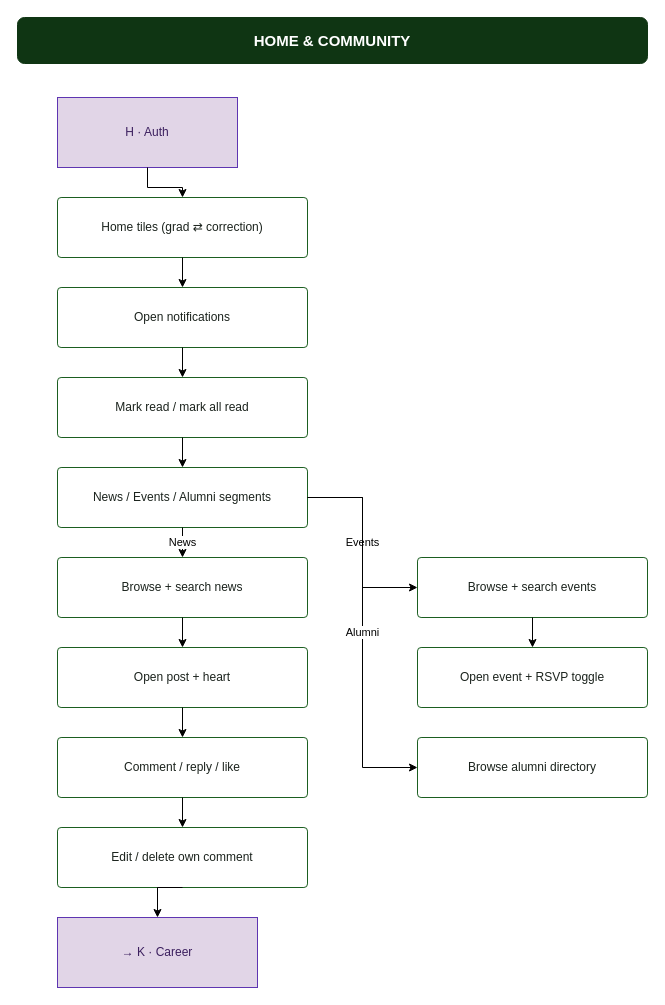
Above: page "Mobile — Home & Community" (3 of 4) of docs/reunio-mobile-flow.drawio in dibidjims17/Alumni-System (draw.io), before the change. Source tidied: cells renumbered, new cells numbered last; positions are measured from the earlier drawing's top-left corner, leaving out a move shared by most shapes. Both pictures are drawn from the tidied source at 100%, with x=0, y=0 at pixel (17, 17).
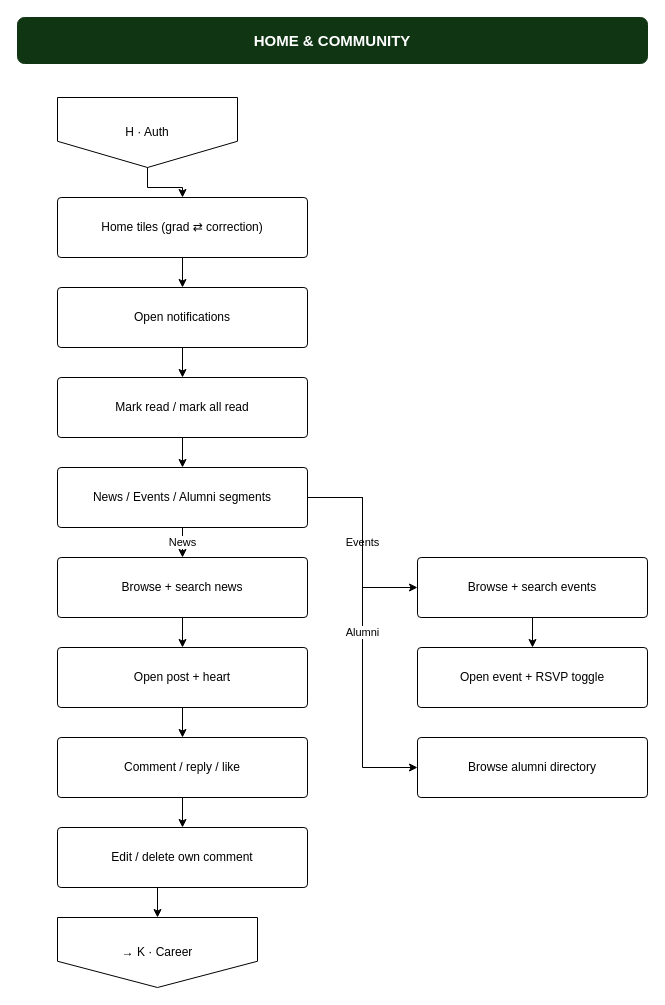
Above is the later version.

Change to the diagram source:
```diff
@@
-    <mxCell id="3" value="H · Auth" style="shape=rectangle;rounded=0;whiteSpace=wrap;html=1;fillColor=#e1d5e7;strokeColor=#5e35b1;fontSize=12;fontColor=#3b1f5e;" parent="1" vertex="1">
+    <mxCell id="3" value="H · Auth" style="shape=offPageConnector;whiteSpace=wrap;html=1;fontSize=12;" parent="1" vertex="1">
       <mxGeometry x="40" y="80" width="180" height="70" as="geometry" />
     </mxCell>
-    <mxCell id="4" value="Home tiles (grad ⇄ correction)" style="shape=mxgraph.flowchart.process;whiteSpace=wrap;html=1;fillColor=#ffffff;strokeColor=#1B5E20;fontSize=12;fontColor=#1B231D;" parent="1" vertex="1">
+    <mxCell id="4" value="Home tiles (grad ⇄ correction)" style="shape=mxgraph.flowchart.process;whiteSpace=wrap;html=1;fontSize=12;" parent="1" vertex="1">
       <mxGeometry x="40" y="180" width="250" height="60" as="geometry" />
     </mxCell>
-    <mxCell id="5" value="Open notifications" style="shape=mxgraph.flowchart.process;whiteSpace=wrap;html=1;fillColor=#ffffff;strokeColor=#1B5E20;fontSize=12;fontColor=#1B231D;" parent="1" vertex="1">
+    <mxCell id="5" value="Open notifications" style="shape=mxgraph.flowchart.process;whiteSpace=wrap;html=1;fontSize=12;" parent="1" vertex="1">
       <mxGeometry x="40" y="270" width="250" height="60" as="geometry" />
     </mxCell>
-    <mxCell id="6" value="Mark read / mark all read" style="shape=mxgraph.flowchart.process;whiteSpace=wrap;html=1;fillColor=#ffffff;strokeColor=#1B5E20;fontSize=12;fontColor=#1B231D;" parent="1" vertex="1">
+    <mxCell id="6" value="Mark read / mark all read" style="shape=mxgraph.flowchart.process;whiteSpace=wrap;html=1;fontSize=12;" parent="1" vertex="1">
       <mxGeometry x="40" y="360" width="250" height="60" as="geometry" />
     </mxCell>
-    <mxCell id="7" value="News / Events / Alumni segments" style="shape=mxgraph.flowchart.process;whiteSpace=wrap;html=1;fillColor=#ffffff;strokeColor=#1B5E20;fontSize=12;fontColor=#1B231D;" parent="1" vertex="1">
+    <mxCell id="7" value="News / Events / Alumni segments" style="shape=mxgraph.flowchart.process;whiteSpace=wrap;html=1;fontSize=12;" parent="1" vertex="1">
       <mxGeometry x="40" y="450" width="250" height="60" as="geometry" />
     </mxCell>
-    <mxCell id="8" value="Browse + search news" style="shape=mxgraph.flowchart.process;whiteSpace=wrap;html=1;fillColor=#ffffff;strokeColor=#1B5E20;fontSize=12;fontColor=#1B231D;" parent="1" vertex="1">
+    <mxCell id="8" value="Browse + search news" style="shape=mxgraph.flowchart.process;whiteSpace=wrap;html=1;fontSize=12;" parent="1" vertex="1">
       <mxGeometry x="40" y="540" width="250" height="60" as="geometry" />
     </mxCell>
-    <mxCell id="9" value="Open post + heart" style="shape=mxgraph.flowchart.process;whiteSpace=wrap;html=1;fillColor=#ffffff;strokeColor=#1B5E20;fontSize=12;fontColor=#1B231D;" parent="1" vertex="1">
+    <mxCell id="9" value="Open post + heart" style="shape=mxgraph.flowchart.process;whiteSpace=wrap;html=1;fontSize=12;" parent="1" vertex="1">
       <mxGeometry x="40" y="630" width="250" height="60" as="geometry" />
     </mxCell>
-    <mxCell id="10" value="Comment / reply / like" style="shape=mxgraph.flowchart.process;whiteSpace=wrap;html=1;fillColor=#ffffff;strokeColor=#1B5E20;fontSize=12;fontColor=#1B231D;" parent="1" vertex="1">
+    <mxCell id="10" value="Comment / reply / like" style="shape=mxgraph.flowchart.process;whiteSpace=wrap;html=1;fontSize=12;" parent="1" vertex="1">
       <mxGeometry x="40" y="720" width="250" height="60" as="geometry" />
     </mxCell>
-    <mxCell id="11" value="Edit / delete own comment" style="shape=mxgraph.flowchart.process;whiteSpace=wrap;html=1;fillColor=#ffffff;strokeColor=#1B5E20;fontSize=12;fontColor=#1B231D;" parent="1" vertex="1">
+    <mxCell id="11" value="Edit / delete own comment" style="shape=mxgraph.flowchart.process;whiteSpace=wrap;html=1;fontSize=12;" parent="1" vertex="1">
       <mxGeometry x="40" y="810" width="250" height="60" as="geometry" />
     </mxCell>
-    <mxCell id="12" value="→ K · Career" style="shape=rectangle;rounded=0;whiteSpace=wrap;html=1;fillColor=#e1d5e7;strokeColor=#5e35b1;fontSize=12;fontColor=#3b1f5e;" parent="1" vertex="1">
+    <mxCell id="12" value="→ K · Career" style="shape=offPageConnector;whiteSpace=wrap;html=1;fontSize=12;" parent="1" vertex="1">
       <mxGeometry x="40" y="900" width="200" height="70" as="geometry" />
     </mxCell>
-    <mxCell id="13" value="Browse + search events" style="shape=mxgraph.flowchart.process;whiteSpace=wrap;html=1;fillColor=#ffffff;strokeColor=#1B5E20;fontSize=12;fontColor=#1B231D;" parent="1" vertex="1">
+    <mxCell id="13" value="Browse + search events" style="shape=mxgraph.flowchart.process;whiteSpace=wrap;html=1;fontSize=12;" parent="1" vertex="1">
       <mxGeometry x="400" y="540" width="230" height="60" as="geometry" />
     </mxCell>
-    <mxCell id="14" value="Open event + RSVP toggle" style="shape=mxgraph.flowchart.process;whiteSpace=wrap;html=1;fillColor=#ffffff;strokeColor=#1B5E20;fontSize=12;fontColor=#1B231D;" parent="1" vertex="1">
+    <mxCell id="14" value="Open event + RSVP toggle" style="shape=mxgraph.flowchart.process;whiteSpace=wrap;html=1;fontSize=12;" parent="1" vertex="1">
       <mxGeometry x="400" y="630" width="230" height="60" as="geometry" />
     </mxCell>
-    <mxCell id="15" value="Browse alumni directory" style="shape=mxgraph.flowchart.process;whiteSpace=wrap;html=1;fillColor=#ffffff;strokeColor=#1B5E20;fontSize=12;fontColor=#1B231D;" parent="1" vertex="1">
+    <mxCell id="15" value="Browse alumni directory" style="shape=mxgraph.flowchart.process;whiteSpace=wrap;html=1;fontSize=12;" parent="1" vertex="1">
       <mxGeometry x="400" y="720" width="230" height="60" as="geometry" />
     </mxCell>
```
